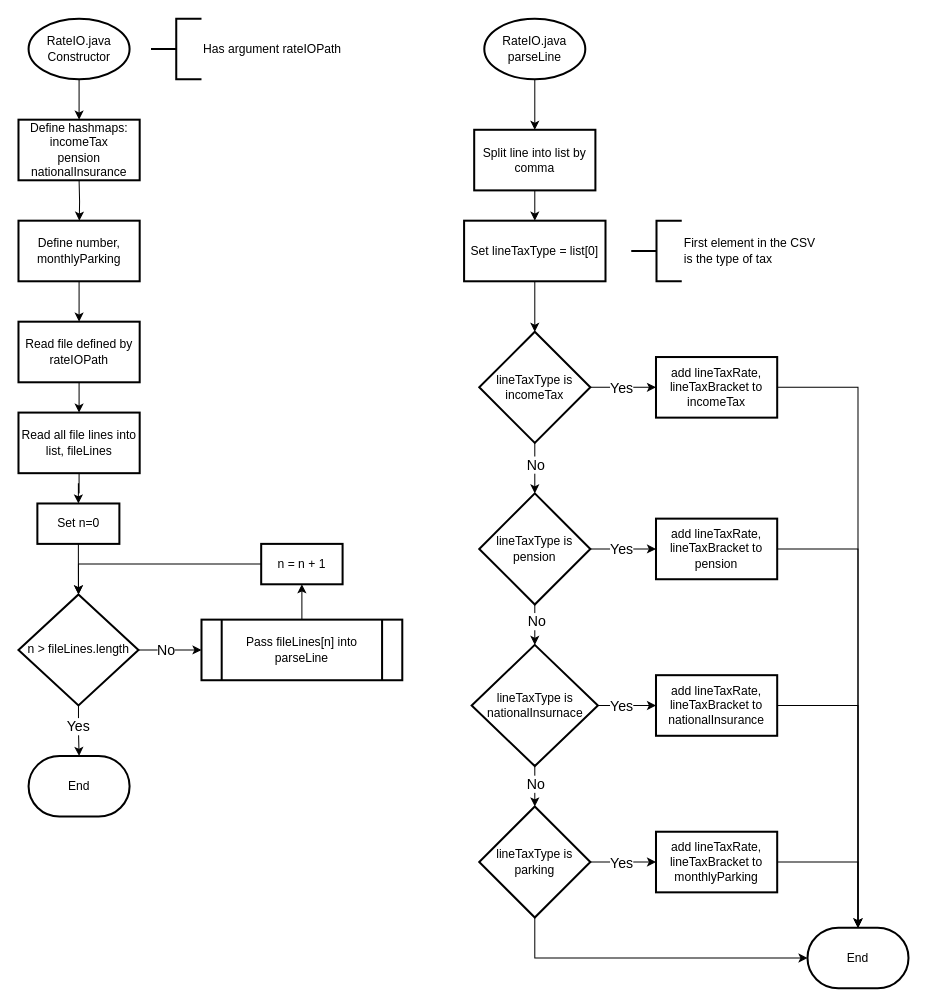
Sherman5A/usw-pop-coursework-1-task-2 keeps this draw.io diagram as report/flowcharts/designs/rateIO-coursework-2.drawio. Above is the earlier version. Source tidied: cells renumbered, new cells numbered last; positions are measured from the earlier drawing's top-left corner, leaving out a move shared by most shapes. Both pictures are drawn from the tidied source at 101%, with x=0, y=0 at pixel (18, 18).
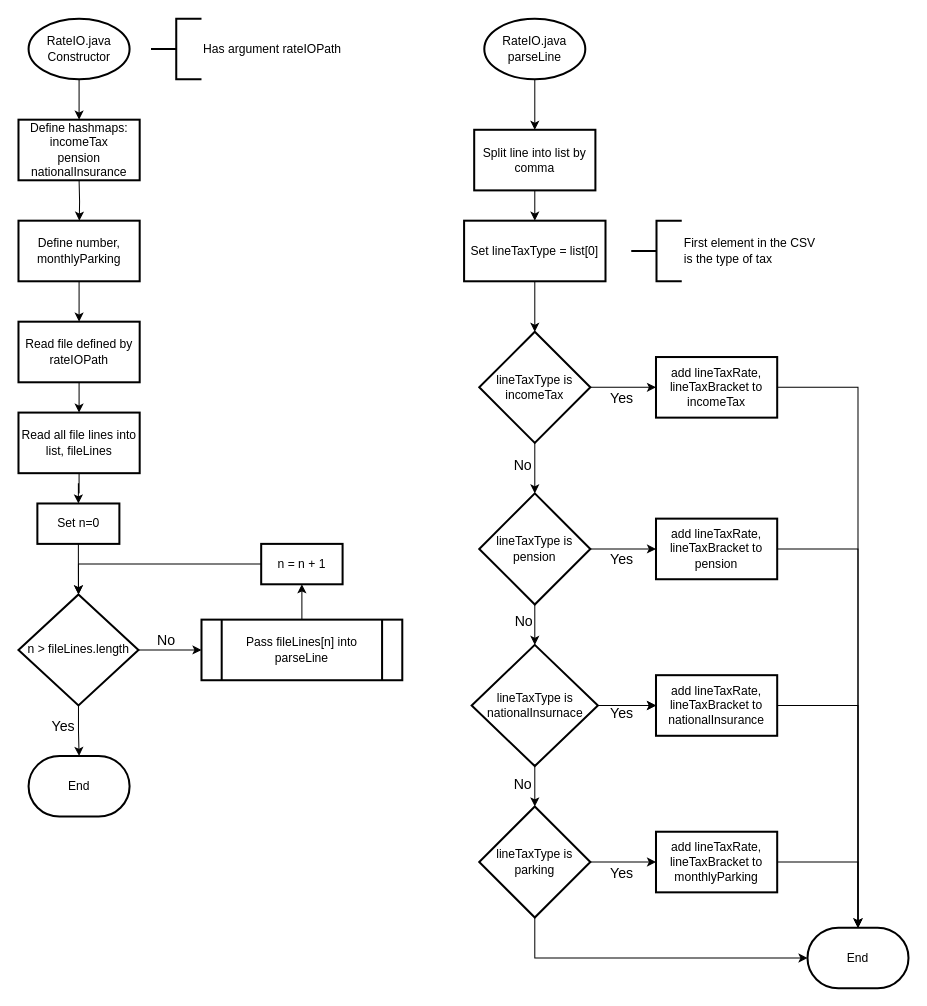
The same diagram, later.

The change refers to these unchanged cells:
```xml
<mxCell id="7" style="edgeStyle=orthogonalEdgeStyle;rounded=0;jettySize=auto;html=1;entryX=0;entryY=0.5;entryDx=0;entryDy=0;" parent="1" edge="1" source="11" target="17">
  <mxGeometry relative="1" as="geometry" />
</mxCell>
<mxCell id="9" style="edgeStyle=orthogonalEdgeStyle;rounded=0;jettySize=auto;html=1;" parent="1" edge="1" source="11" target="22">
  <mxGeometry relative="1" as="geometry" />
</mxCell>
<mxCell id="23" style="edgeStyle=orthogonalEdgeStyle;rounded=0;jettySize=auto;html=1;" parent="1" edge="1" source="27" target="37">
  <mxGeometry relative="1" as="geometry" />
</mxCell>
<mxCell id="25" style="edgeStyle=orthogonalEdgeStyle;rounded=0;jettySize=auto;html=1;" parent="1" edge="1" source="27" target="46">
  <mxGeometry relative="1" as="geometry" />
</mxCell>
<mxCell id="33" style="edgeStyle=orthogonalEdgeStyle;rounded=0;jettySize=auto;html=1;" parent="1" edge="1" source="37" target="42">
  <mxGeometry relative="1" as="geometry" />
</mxCell>
<mxCell id="35" style="edgeStyle=orthogonalEdgeStyle;rounded=0;jettySize=auto;html=1;" parent="1" edge="1" source="37" target="49">
  <mxGeometry relative="1" as="geometry" />
</mxCell>
<mxCell id="38" style="edgeStyle=orthogonalEdgeStyle;rounded=0;jettySize=auto;html=1;" parent="1" edge="1" source="42" target="45">
  <mxGeometry relative="1" as="geometry" />
</mxCell>
<mxCell id="40" style="edgeStyle=orthogonalEdgeStyle;rounded=0;jettySize=auto;html=1;" parent="1" edge="1" source="42" target="50">
  <mxGeometry relative="1" as="geometry" />
</mxCell>
<mxCell id="42" value="lineTaxType is nationalInsurnace" style="rhombus;whiteSpace=wrap;html=1;strokeWidth=2;" parent="1" vertex="1">
  <mxGeometry x="448.5" y="620" width="125" height="120" as="geometry" />
</mxCell>
<mxCell id="43" style="edgeStyle=orthogonalEdgeStyle;rounded=0;jettySize=auto;html=1;" parent="1" edge="1" source="45" target="51">
  <mxGeometry relative="1" as="geometry" />
</mxCell>
<mxCell id="50" value="add lineTaxRate, lineTaxBracket to&lt;br&gt;nationalInsurance" style="whiteSpace=wrap;html=1;strokeWidth=2;" parent="1" vertex="1">
  <mxGeometry x="631" y="650" width="120" height="60" as="geometry" />
</mxCell>
```

Change to the diagram source:
```diff
@@
-    <mxCell id="8" value="&lt;font style=&quot;font-size: 14px;&quot;&gt;No&lt;/font&gt;" style="edgeLabel;html=1;align=center;verticalAlign=middle;" parent="7" vertex="1">
+    <mxCell id="8" value="&lt;font style=&quot;font-size: 14px;&quot;&gt;No&lt;/font&gt;" style="edgeLabel;html=1;align=center;verticalAlign=middle;labelBackgroundColor=none;fontSize=14;" parent="7" vertex="1">
       <mxGeometry x="-0.48" y="-1" relative="1" as="geometry">
-        <mxPoint x="11" y="-1" as="offset" />
+        <mxPoint x="11" y="-11" as="offset" />
       </mxGeometry>
     </mxCell>
@@
-    <mxCell id="10" value="&lt;font style=&quot;font-size: 14px;&quot;&gt;Yes&lt;/font&gt;" style="edgeLabel;html=1;align=center;verticalAlign=middle;" parent="9" vertex="1">
-      <mxGeometry x="-0.22" y="-1" relative="1" as="geometry" />
+    <mxCell id="10" value="&lt;font style=&quot;font-size: 14px;&quot;&gt;Yes&lt;/font&gt;" style="edgeLabel;html=1;align=center;verticalAlign=middle;labelBackgroundColor=none;fontSize=14;" parent="9" vertex="1">
+      <mxGeometry x="-0.22" y="-1" relative="1" as="geometry">
+        <mxPoint x="-15" as="offset" />
+      </mxGeometry>
     </mxCell>
@@
-    <mxCell id="24" value="&lt;font style=&quot;font-size: 14px;&quot;&gt;No&lt;/font&gt;" style="edgeLabel;html=1;align=center;verticalAlign=middle;" parent="23" vertex="1">
-      <mxGeometry x="-0.15" relative="1" as="geometry" />
+    <mxCell id="24" value="&lt;font style=&quot;font-size: 14px;&quot;&gt;No&lt;/font&gt;" style="edgeLabel;html=1;align=center;verticalAlign=middle;labelBackgroundColor=none;fontSize=14;" parent="23" vertex="1">
+      <mxGeometry x="-0.15" relative="1" as="geometry">
+        <mxPoint x="-13" as="offset" />
+      </mxGeometry>
     </mxCell>
@@
-    <mxCell id="26" value="&lt;font style=&quot;font-size: 14px;&quot;&gt;Yes&lt;/font&gt;" style="edgeLabel;html=1;align=center;verticalAlign=middle;" parent="25" vertex="1">
+    <mxCell id="26" value="&lt;font style=&quot;font-size: 14px;&quot;&gt;Yes&lt;/font&gt;" style="edgeLabel;html=1;align=center;verticalAlign=middle;labelBackgroundColor=none;fontSize=14;" parent="25" vertex="1">
       <mxGeometry x="-0.25" y="-4" relative="1" as="geometry">
-        <mxPoint x="6" y="-4" as="offset" />
+        <mxPoint x="6" y="6" as="offset" />
       </mxGeometry>
     </mxCell>
@@
-    <mxCell id="34" value="&lt;div style=&quot;font-size: 12px;&quot;&gt;&lt;font style=&quot;font-size: 14px;&quot;&gt;No&lt;/font&gt;&lt;/div&gt;" style="edgeLabel;html=1;align=center;verticalAlign=middle;" parent="33" vertex="1">
-      <mxGeometry x="-0.22" y="1" relative="1" as="geometry" />
+    <mxCell id="34" value="&lt;div style=&quot;font-size: 14px;&quot;&gt;&lt;font style=&quot;font-size: 14px;&quot;&gt;No&lt;/font&gt;&lt;/div&gt;" style="edgeLabel;html=1;align=center;verticalAlign=middle;fontSize=14;labelBackgroundColor=none;" parent="33" vertex="1">
+      <mxGeometry x="-0.22" y="1" relative="1" as="geometry">
+        <mxPoint x="-13" as="offset" />
+      </mxGeometry>
     </mxCell>
@@
-    <mxCell id="36" value="&lt;font style=&quot;font-size: 14px;&quot;&gt;Yes&lt;/font&gt;" style="edgeLabel;html=1;align=center;verticalAlign=middle;" parent="35" vertex="1">
+    <mxCell id="36" value="&lt;font style=&quot;font-size: 14px;&quot;&gt;Yes&lt;/font&gt;" style="edgeLabel;html=1;align=center;verticalAlign=middle;labelBackgroundColor=none;fontSize=14;" parent="35" vertex="1">
       <mxGeometry x="-0.1" relative="1" as="geometry">
-        <mxPoint x="1" as="offset" />
+        <mxPoint x="1" y="9" as="offset" />
       </mxGeometry>
     </mxCell>
@@
-    <mxCell id="39" value="&lt;font style=&quot;font-size: 14px;&quot;&gt;No&lt;/font&gt;" style="edgeLabel;html=1;align=center;verticalAlign=middle;" parent="38" vertex="1">
-      <mxGeometry x="-0.15" relative="1" as="geometry" />
+    <mxCell id="39" value="&lt;font style=&quot;font-size: 14px;&quot;&gt;No&lt;/font&gt;" style="edgeLabel;html=1;align=center;verticalAlign=middle;fontSize=14;labelBackgroundColor=none;" parent="38" vertex="1">
+      <mxGeometry x="-0.15" relative="1" as="geometry">
+        <mxPoint x="-13" as="offset" />
+      </mxGeometry>
     </mxCell>
@@
-    <mxCell id="41" value="&lt;font style=&quot;font-size: 14px;&quot;&gt;Yes&lt;/font&gt;" style="edgeLabel;html=1;align=center;verticalAlign=middle;" parent="40" vertex="1">
+    <mxCell id="41" value="&lt;font style=&quot;font-size: 14px;&quot;&gt;Yes&lt;/font&gt;" style="edgeLabel;html=1;align=center;verticalAlign=middle;labelBackgroundColor=none;fontSize=14;" parent="40" vertex="1">
       <mxGeometry x="-0.17" y="3" relative="1" as="geometry">
-        <mxPoint x="-1" y="3" as="offset" />
+        <mxPoint x="-1" y="10" as="offset" />
       </mxGeometry>
     </mxCell>
+    <mxCell id="60" style="edgeStyle=orthogonalEdgeStyle;rounded=0;jettySize=auto;html=1;" parent="1" edge="1" source="42" target="50">
+      <mxGeometry relative="1" as="geometry" />
+    </mxCell>
@@
-    <mxCell id="44" value="&lt;font style=&quot;font-size: 14px;&quot;&gt;Yes&lt;/font&gt;" style="edgeLabel;html=1;align=center;verticalAlign=middle;" parent="43" vertex="1">
+    <mxCell id="44" value="&lt;font style=&quot;font-size: 14px;&quot;&gt;Yes&lt;/font&gt;" style="edgeLabel;html=1;align=center;verticalAlign=middle;labelBackgroundColor=none;fontSize=14;" parent="43" vertex="1">
       <mxGeometry x="-0.04" y="-1" relative="1" as="geometry">
-        <mxPoint x="-1" y="-1" as="offset" />
+        <mxPoint x="-1" y="9" as="offset" />
       </mxGeometry>
     </mxCell>
```
